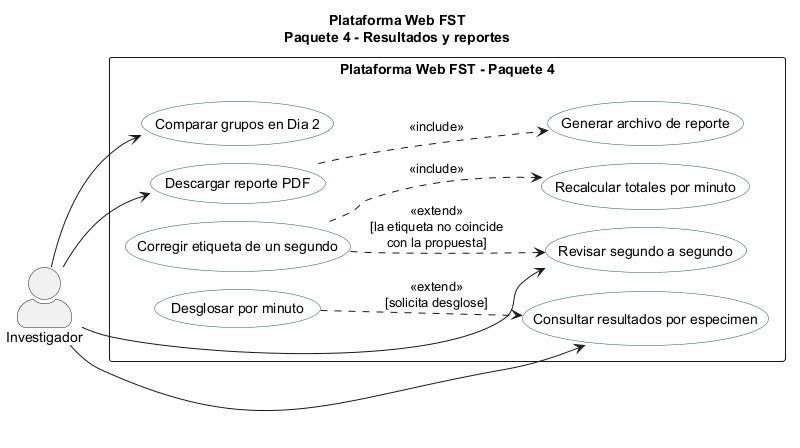
Earlier version of the PlantUML export figures/mermaid/cu_paquete4.png (ErickJester/fst-ai-system-latex).
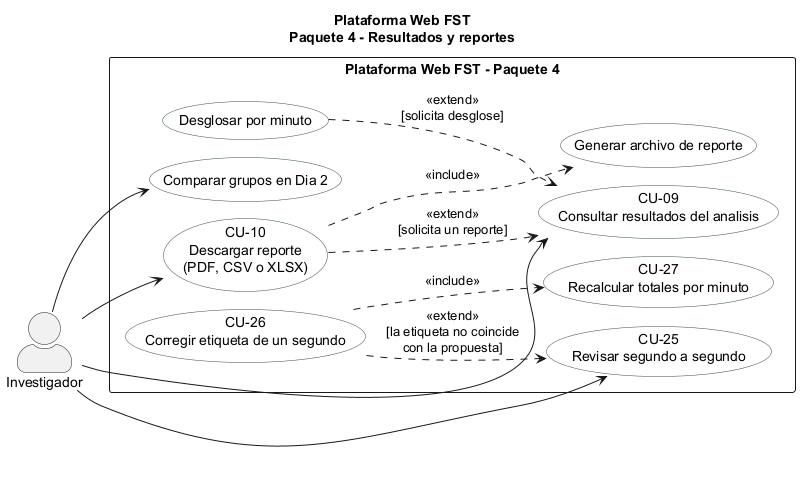
After the change.

The edit, as a diff of the source:
```diff
@@ -10,21 +10,22 @@
 }
 actor "Investigador" as INV
 rectangle "Plataforma Web FST - Paquete 4" {
-  usecase "Consultar resultados por especimen" as UC41
+  usecase "CU-09\nConsultar resultados del analisis" as CU09
   usecase "Desglosar por minuto" as UC42
   usecase "Comparar grupos en Dia 2" as UC43
-  usecase "Descargar reporte PDF" as UC45
+  usecase "CU-10\nDescargar reporte\n(PDF, CSV o XLSX)" as CU10
   usecase "Generar archivo de reporte" as UC46
-  usecase "Revisar segundo a segundo" as UC47
-  usecase "Corregir etiqueta de un segundo" as UC48
-  usecase "Recalcular totales por minuto" as UC49
+  usecase "CU-25\nRevisar segundo a segundo" as CU25
+  usecase "CU-26\nCorregir etiqueta de un segundo" as CU26
+  usecase "CU-27\nRecalcular totales por minuto" as CU27
 }
-INV --> UC41
+INV --> CU09
 INV --> UC43
-INV --> UC45
-UC42 ..> UC41 : <<extend>>\n[solicita desglose]
-UC45 ..> UC46 : <<include>>
-INV --> UC47
-UC48 ..> UC47 : <<extend>>\n[la etiqueta no coincide\ncon la propuesta]
-UC48 ..> UC49 : <<include>>
+INV --> CU10
+INV --> CU25
+UC42 ..> CU09 : <<extend>>\n[solicita desglose]
+CU10 ..> CU09 : <<extend>>\n[solicita un reporte]
+CU10 ..> UC46 : <<include>>
+CU26 ..> CU25 : <<extend>>\n[la etiqueta no coincide\ncon la propuesta]
+CU26 ..> CU27 : <<include>>
 @enduml
```
